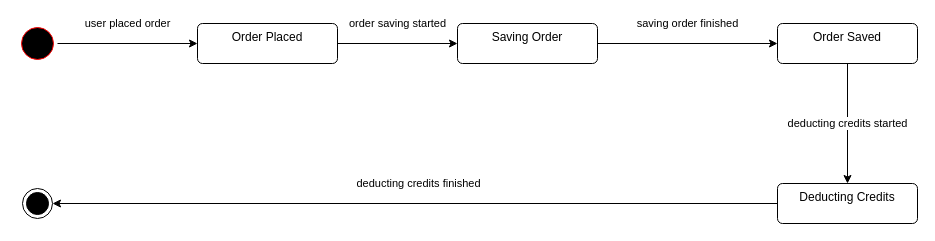
The draw.io diagram diagrams/TrendingApp.drawio in LassazVegaz/BlazorShoppingApp, before the edit. Source tidied: cells renumbered, new cells numbered last; positions are measured from the earlier drawing's top-left corner, leaving out a move shared by most shapes. Both pictures are drawn from the tidied source at 100%, with x=0, y=0 at pixel (17, 23).
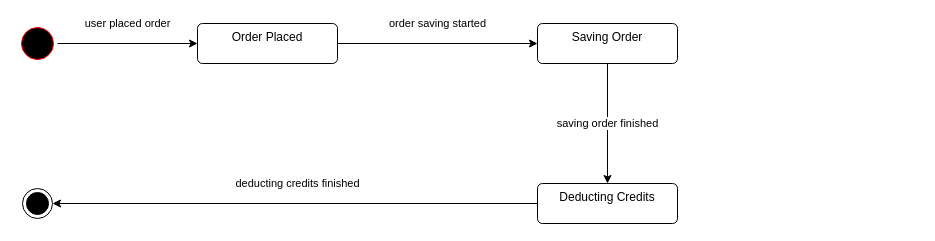
After the change.

Commit message:
diagram simplified

What changed in the source:
```diff
@@
 <mxGraphModel>
   <root>
     <mxCell id="0" />
     <mxCell id="1" parent="0" />
     <mxCell id="2" value="user placed order" style="edgeStyle=orthogonalEdgeStyle;rounded=0;jettySize=auto;html=1;entryX=0;entryY=0.5;entryDx=0;entryDy=0;" parent="1" edge="1" source="3" target="6">
       <mxGeometry y="20" relative="1" as="geometry" />
     </mxCell>
     <mxCell id="3" style="ellipse;html=1;shape=startState;fillColor=#000000;strokeColor=#ff0000;" parent="1" vertex="1">
       <mxGeometry width="40" height="40" as="geometry" />
     </mxCell>
     <mxCell id="4" style="ellipse;html=1;shape=endState;fillColor=strokeColor;" parent="1" vertex="1">
       <mxGeometry x="5" y="165" width="30" height="30" as="geometry" />
     </mxCell>
     <mxCell id="5" value="order saving started" style="edgeStyle=orthogonalEdgeStyle;rounded=0;jettySize=auto;html=1;entryX=0;entryY=0.5;entryDx=0;entryDy=0;" parent="1" edge="1" source="6" target="8">
       <mxGeometry y="20" relative="1" as="geometry" />
     </mxCell>
     <mxCell id="6" value="Order Placed" style="html=1;align=center;verticalAlign=top;rounded=1;absoluteArcSize=1;arcSize=10;dashed=0;whiteSpace=wrap;" parent="1" vertex="1">
       <mxGeometry x="180" width="140" height="40" as="geometry" />
     </mxCell>
-    <mxCell id="7" value="saving order finished" style="edgeStyle=orthogonalEdgeStyle;rounded=0;jettySize=auto;html=1;entryX=0;entryY=0.5;entryDx=0;entryDy=0;" parent="1" edge="1" source="8" target="10">
-      <mxGeometry y="20" relative="1" as="geometry" />
+    <mxCell id="7" value="saving order finished" style="edgeStyle=orthogonalEdgeStyle;rounded=0;jettySize=auto;html=1;entryX=0.5;entryY=0;entryDx=0;entryDy=0;" parent="1" edge="1" source="8" target="12">
+      <mxGeometry relative="1" as="geometry" />
     </mxCell>
     <mxCell id="8" value="Saving Order" style="html=1;align=center;verticalAlign=top;rounded=1;absoluteArcSize=1;arcSize=10;dashed=0;whiteSpace=wrap;" parent="1" vertex="1">
-      <mxGeometry x="440" width="140" height="40" as="geometry" />
+      <mxGeometry x="520" width="140" height="40" as="geometry" />
     </mxCell>
-    <mxCell id="9" value="deducting credits started" style="edgeStyle=orthogonalEdgeStyle;rounded=0;jettySize=auto;html=1;entryX=0.5;entryY=0;entryDx=0;entryDy=0;" parent="1" edge="1" source="10" target="12">
-      <mxGeometry relative="1" as="geometry" />
-    </mxCell>
-    <mxCell id="10" value="Order Saved" style="html=1;align=center;verticalAlign=top;rounded=1;absoluteArcSize=1;arcSize=10;dashed=0;whiteSpace=wrap;" parent="1" vertex="1">
-      <mxGeometry x="760" width="140" height="40" as="geometry" />
-    </mxCell>
     <mxCell id="11" value="deducting credits finished" style="edgeStyle=orthogonalEdgeStyle;rounded=0;jettySize=auto;html=1;" parent="1" edge="1" source="12" target="4">
       <mxGeometry x="-0.01" y="-20" relative="1" as="geometry" />
     </mxCell>
     <mxCell id="12" value="Deducting Credits" style="html=1;align=center;verticalAlign=top;rounded=1;absoluteArcSize=1;arcSize=10;dashed=0;whiteSpace=wrap;" parent="1" vertex="1">
-      <mxGeometry x="760" y="160" width="140" height="40" as="geometry" />
+      <mxGeometry x="520" y="160" width="140" height="40" as="geometry" />
     </mxCell>
   </root>
 </mxGraphModel>
```
